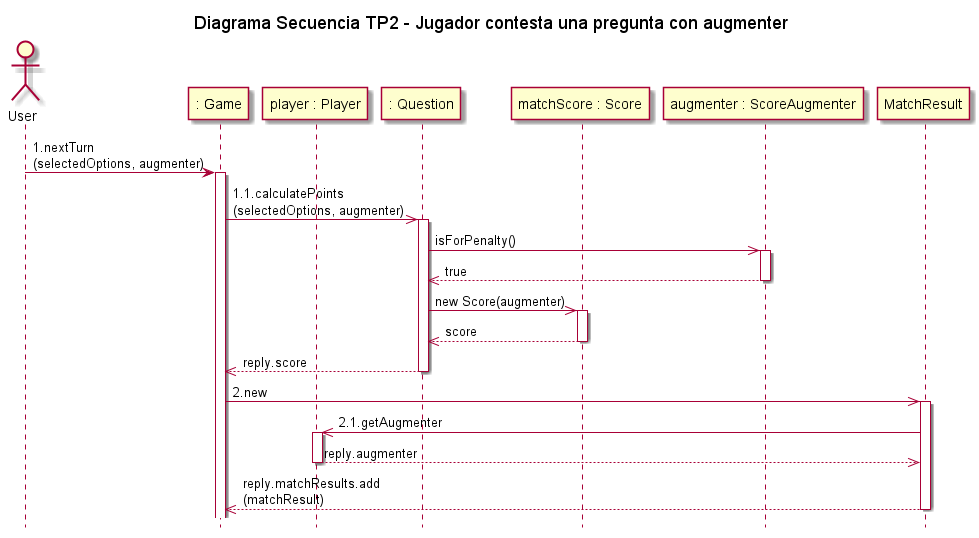
GEscandar/TP2-Kahoot keeps this PlantUML diagram as docs/out/DiagramasSecuencia/Diagrama Secuencia TP2 - Jugador contesta una pregunta con augmenter.png. Above is the earlier version.
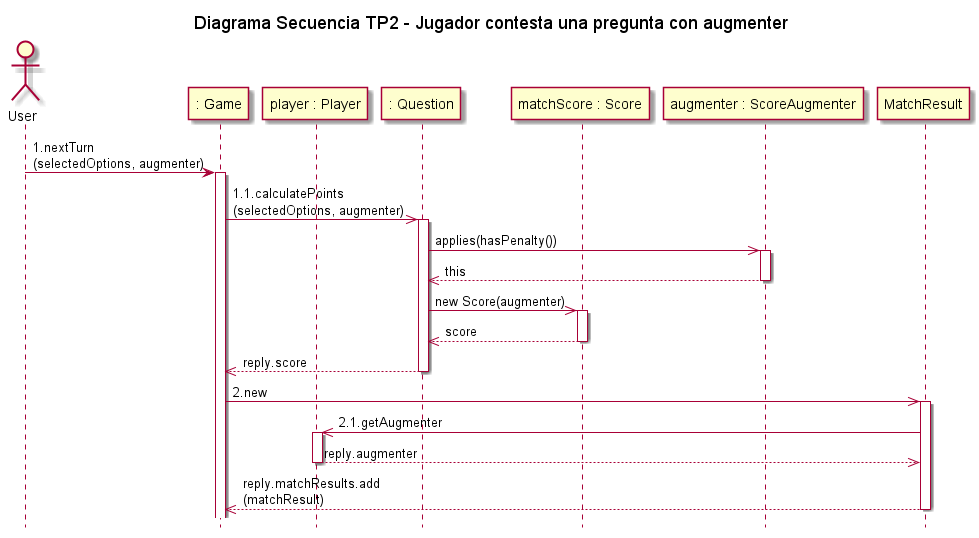
The same file after the commit.

What changed in the source:
```diff
@@ -10,13 +10,14 @@
 participant "matchScore : Score" as score
 participant "augmenter : ScoreAugmenter" as augmenter
 
+
 User -> game:1.nextTurn\n(selectedOptions, augmenter)
 activate game
 game->>question:1.1.calculatePoints\n(selectedOptions, augmenter)
 activate question
-question ->> augmenter:isForPenalty()
+question ->> augmenter:applies(hasPenalty())
 activate augmenter
-augmenter -->> question:true
+augmenter -->> question:this
 deactivate augmenter
 question ->> score:new Score(augmenter)
 activate score
```
